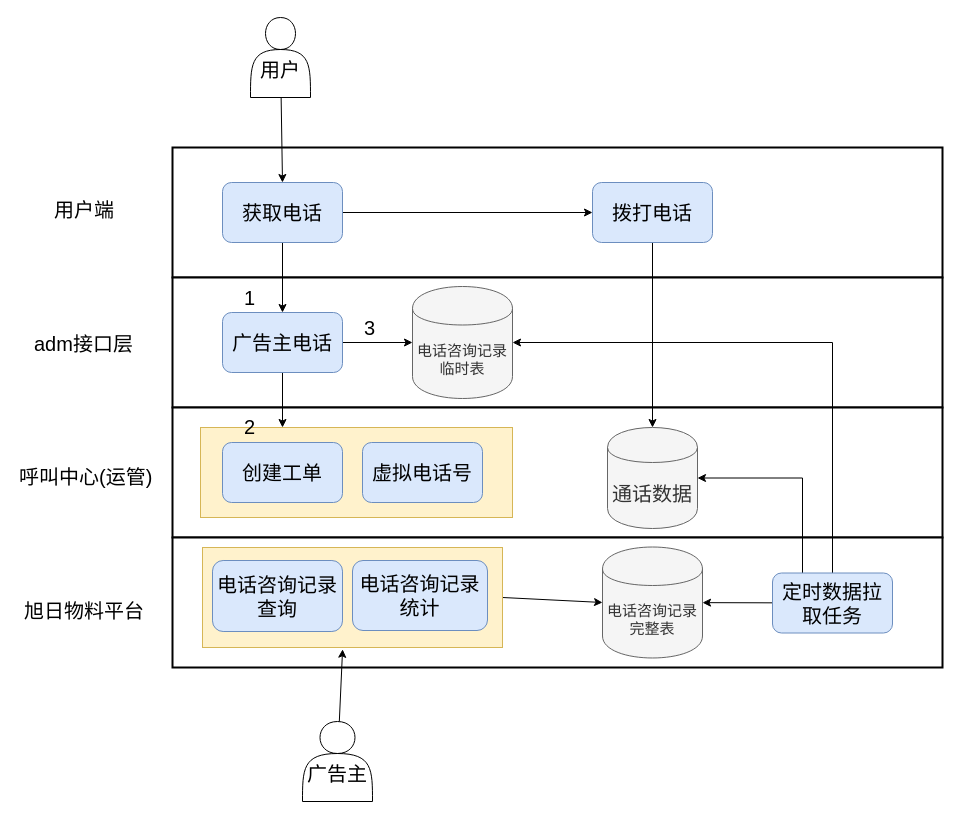
This is phone2.0.drawio from effyroth/drawio2, a draw.io file, before an edit. Source tidied: cells renumbered, new cells numbered last; positions are measured from the earlier drawing's top-left corner, leaving out a move shared by most shapes. Both pictures are drawn from the tidied source at 100%, with x=0, y=0 at pixel (17, 17).
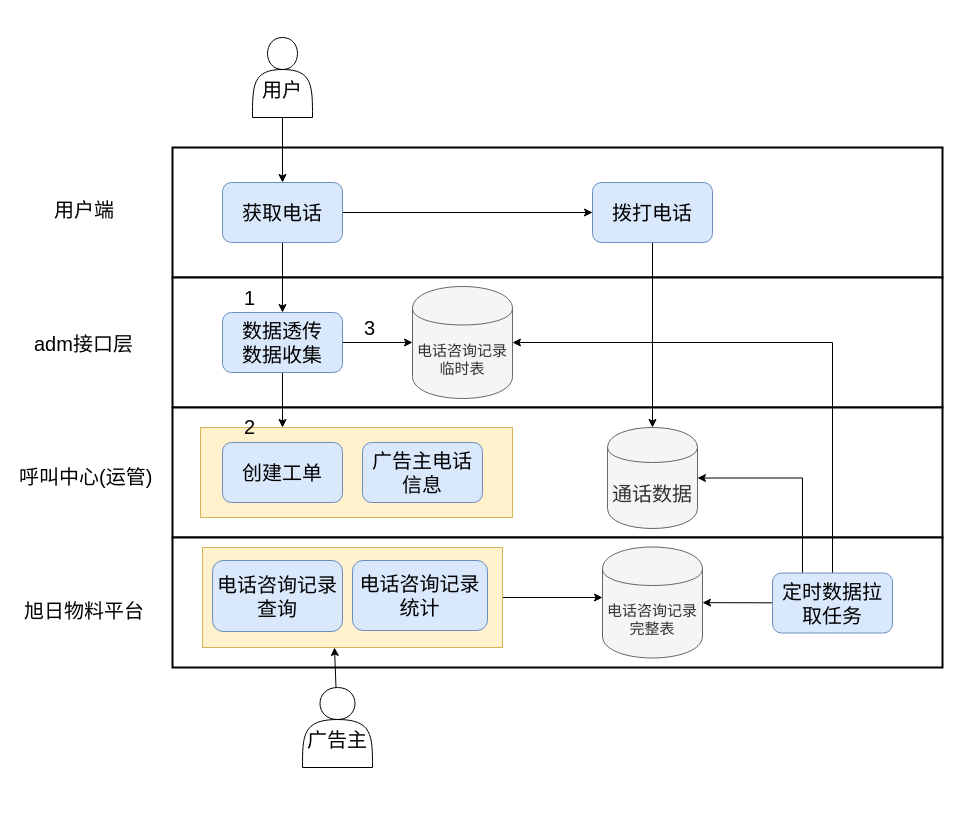
The same diagram, later.

The change refers to these unchanged cells:
```xml
<mxCell id="24" value="&lt;font style=&quot;font-size: 15px&quot;&gt;电话咨询记录&lt;br&gt;完整表&lt;/font&gt;" style="shape=cylinder;whiteSpace=wrap;html=1;boundedLbl=1;backgroundOutline=1;strokeColor=#666666;strokeWidth=1;fillColor=#f5f5f5;fontColor=#333333;" parent="1" vertex="1">
  <mxGeometry x="585" y="529.5" width="100" height="111" as="geometry" />
</mxCell>
<mxCell id="34" style="rounded=0;whiteSpace=wrap;html=1;strokeColor=#d6b656;strokeWidth=1;fillColor=#fff2cc;" parent="1" vertex="1">
  <mxGeometry x="185" y="530" width="300" height="100" as="geometry" />
</mxCell>
```

Change to the diagram source:
```diff
@@
-    <mxCell id="10" value="&lt;font style=&quot;font-size: 20px&quot;&gt;广告主电话&lt;/font&gt;" style="rounded=1;whiteSpace=wrap;html=1;strokeColor=#6c8ebf;strokeWidth=1;fillColor=#dae8fc;" parent="1" vertex="1">
+    <mxCell id="10" value="&lt;font style=&quot;font-size: 20px&quot;&gt;数据透传&lt;br&gt;数据收集&lt;br&gt;&lt;/font&gt;" style="rounded=1;whiteSpace=wrap;html=1;strokeColor=#6c8ebf;strokeWidth=1;fillColor=#dae8fc;" parent="1" vertex="1">
       <mxGeometry x="205" y="295" width="120" height="60" as="geometry" />
     </mxCell>
@@
-    <mxCell id="27" value="&lt;font style=&quot;font-size: 20px&quot;&gt;虚拟电话号&lt;/font&gt;" style="rounded=1;whiteSpace=wrap;html=1;strokeColor=#6c8ebf;strokeWidth=1;fillColor=#dae8fc;" parent="1" vertex="1">
+    <mxCell id="27" value="&lt;font style=&quot;font-size: 20px&quot;&gt;广告主电话信息&lt;/font&gt;" style="rounded=1;whiteSpace=wrap;html=1;strokeColor=#6c8ebf;strokeWidth=1;fillColor=#dae8fc;" parent="1" vertex="1">
       <mxGeometry x="345" y="425" width="120" height="60" as="geometry" />
     </mxCell>
@@
     <mxCell id="32" value="&lt;font style=&quot;font-size: 20px&quot;&gt;&lt;br&gt;用户&lt;/font&gt;" style="shape=actor;whiteSpace=wrap;html=1;strokeColor=#000000;strokeWidth=1;gradientColor=none;" parent="1" vertex="1">
-      <mxGeometry x="233" width="60" height="80" as="geometry" />
+      <mxGeometry x="235" y="20" width="60" height="80" as="geometry" />
     </mxCell>
-    <mxCell id="33" style="edgeStyle=none;rounded=0;jettySize=auto;html=1;exitX=1;exitY=0.5;exitDx=0;exitDy=0;entryX=0;entryY=0.5;entryDx=0;entryDy=0;" parent="1" edge="1" source="34" target="24">
+    <mxCell id="33" style="edgeStyle=none;rounded=0;jettySize=auto;html=1;exitX=1;exitY=0.5;exitDx=0;exitDy=0;entryX=0;entryY=0.455;entryDx=0;entryDy=0;entryPerimeter=0;" parent="1" edge="1" source="34" target="24">
       <mxGeometry relative="1" as="geometry" />
     </mxCell>
@@
-    <mxCell id="37" style="edgeStyle=none;rounded=0;jettySize=auto;html=1;entryX=0.467;entryY=1.018;entryDx=0;entryDy=0;entryPerimeter=0;" parent="1" edge="1" source="38" target="34">
-      <mxGeometry relative="1" as="geometry" />
+    <mxCell id="37" style="edgeStyle=none;rounded=0;jettySize=auto;html=1;" parent="1" edge="1" source="38">
+      <mxGeometry relative="1" as="geometry">
+        <mxPoint x="317" y="630" as="targetPoint" />
+      </mxGeometry>
     </mxCell>
     <mxCell id="38" value="&lt;font style=&quot;font-size: 20px&quot;&gt;&lt;br&gt;广告主&lt;br&gt;&lt;/font&gt;" style="shape=actor;whiteSpace=wrap;html=1;strokeColor=#000000;strokeWidth=1;gradientColor=none;" parent="1" vertex="1">
-      <mxGeometry x="285" y="704" width="70" height="80" as="geometry" />
+      <mxGeometry x="285" y="670" width="70" height="80" as="geometry" />
     </mxCell>
```
